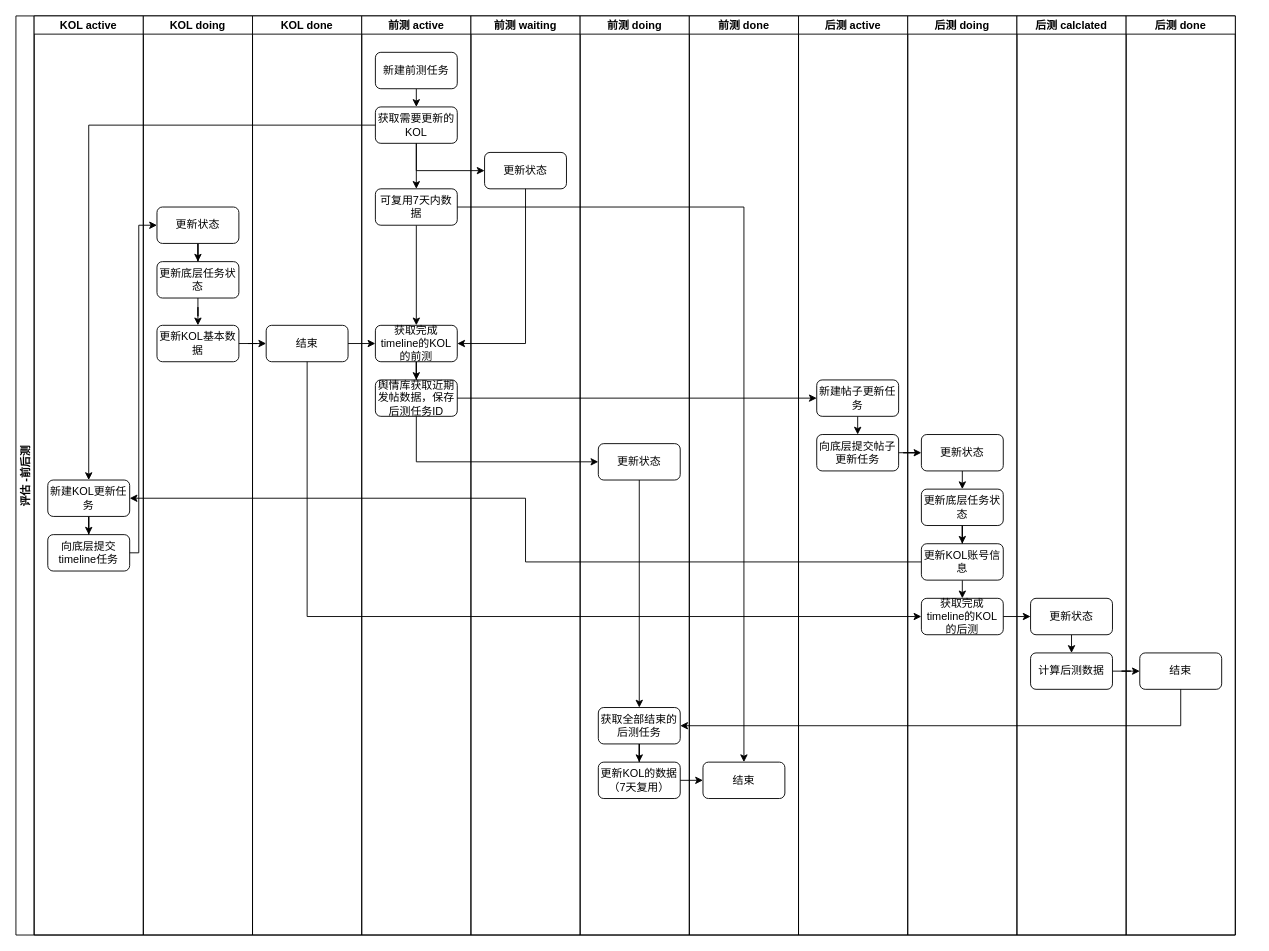
Before: file/前后测泳道图.drawio in LLwill/drow.io, a draw.io diagram. Source tidied: cells renumbered, new cells numbered last; positions are measured from the earlier drawing's top-left corner, leaving out a move shared by most shapes. Both pictures are drawn from the tidied source at 91%, with x=0, y=0 at pixel (15, 15).
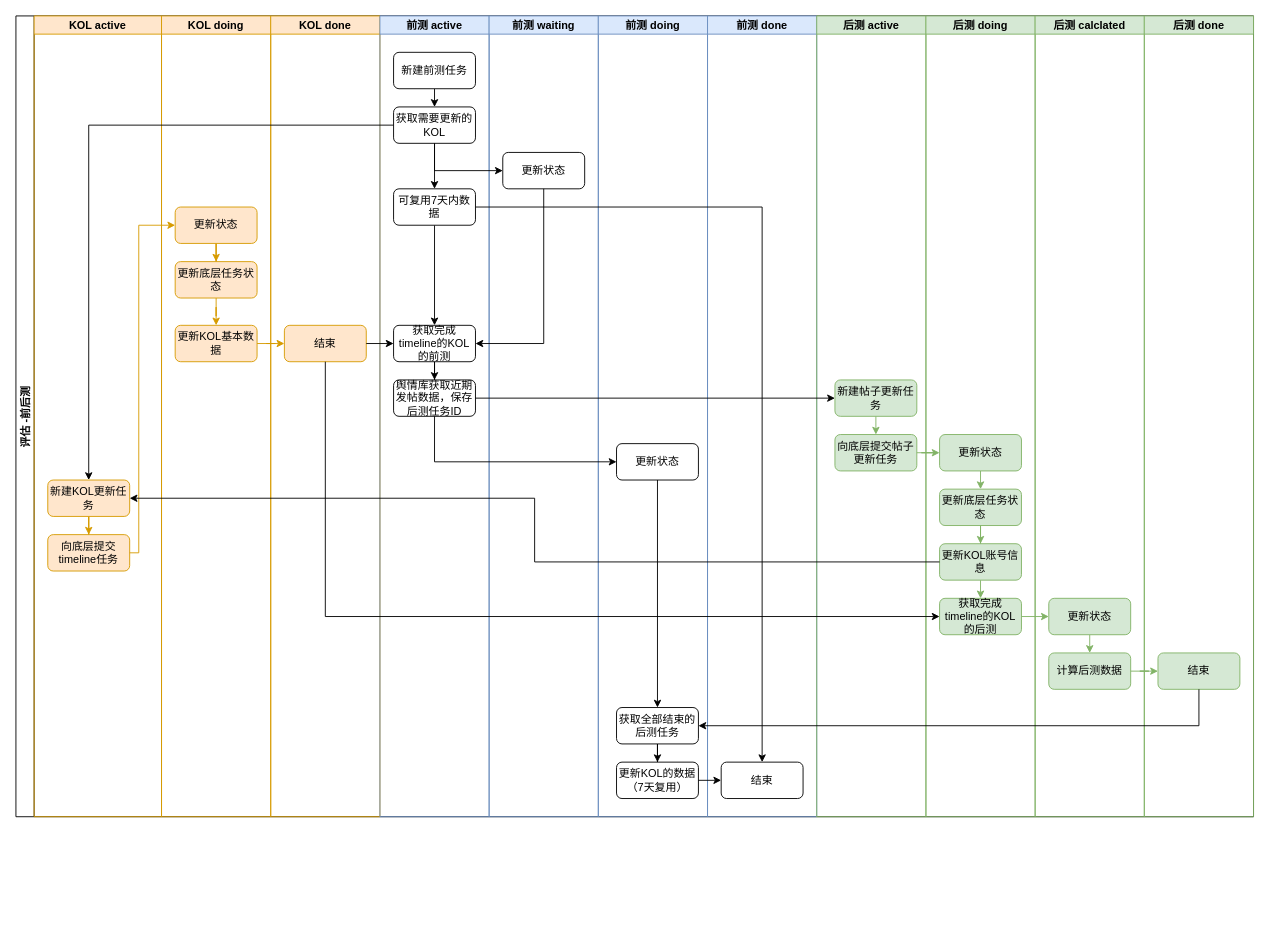
After the change.

Commit message (it also covers changes not shown here):
更新前后测泳道图.drawio

Diff of the diagram source:
```diff
@@
     <mxCell id="2" value="评估 -前后测" style="swimlane;startSize=20;horizontal=0;" parent="1" vertex="1">
-      <mxGeometry width="1340" height="1010" as="geometry" />
+      <mxGeometry width="1360" height="880" as="geometry" />
     </mxCell>
-    <mxCell id="3" value="KOL active" style="swimlane;startSize=20;" parent="2" vertex="1">
-      <mxGeometry x="20" width="120" height="1010" as="geometry" />
+    <mxCell id="3" value="KOL active" style="swimlane;startSize=20;fillColor=#ffe6cc;strokeColor=#d79b00;" parent="2" vertex="1">
+      <mxGeometry x="20" width="140" height="880" as="geometry" />
     </mxCell>
-    <mxCell id="4" style="edgeStyle=orthogonalEdgeStyle;rounded=0;jettySize=auto;html=1;exitX=0.5;exitY=1;exitDx=0;exitDy=0;" parent="3" edge="1" source="5" target="6">
+    <mxCell id="4" style="edgeStyle=orthogonalEdgeStyle;rounded=0;jettySize=auto;html=1;exitX=0.5;exitY=1;exitDx=0;exitDy=0;fillColor=#ffe6cc;strokeColor=#d79b00;" parent="3" edge="1" source="5" target="6">
       <mxGeometry relative="1" as="geometry" />
     </mxCell>
-    <mxCell id="5" value="新建KOL更新任务" style="rounded=1;whiteSpace=wrap;html=1;" parent="3" vertex="1">
+    <mxCell id="5" value="新建KOL更新任务" style="rounded=1;whiteSpace=wrap;html=1;fillColor=#ffe6cc;strokeColor=#d79b00;" parent="3" vertex="1">
       <mxGeometry x="15" y="510" width="90" height="40" as="geometry" />
     </mxCell>
-    <mxCell id="6" value="向底层提交timeline任务" style="rounded=1;whiteSpace=wrap;html=1;" parent="3" vertex="1">
+    <mxCell id="6" value="向底层提交timeline任务" style="rounded=1;whiteSpace=wrap;html=1;fillColor=#ffe6cc;strokeColor=#d79b00;" parent="3" vertex="1">
       <mxGeometry x="15" y="570" width="90" height="40" as="geometry" />
     </mxCell>
-    <mxCell id="7" value="KOL doing" style="swimlane;startSize=20;" parent="2" vertex="1">
-      <mxGeometry x="140" width="120" height="1010" as="geometry" />
+    <mxCell id="7" value="KOL doing" style="swimlane;startSize=20;fillColor=#ffe6cc;strokeColor=#d79b00;" parent="2" vertex="1">
+      <mxGeometry x="160" width="120" height="880" as="geometry" />
     </mxCell>
-    <mxCell id="8" style="edgeStyle=orthogonalEdgeStyle;rounded=0;jettySize=auto;html=1;exitX=0.5;exitY=1;exitDx=0;exitDy=0;" parent="7" edge="1" source="9" target="11">
+    <mxCell id="8" style="edgeStyle=orthogonalEdgeStyle;rounded=0;jettySize=auto;html=1;exitX=0.5;exitY=1;exitDx=0;exitDy=0;fillColor=#ffe6cc;strokeColor=#d79b00;" parent="7" edge="1" source="9" target="11">
       <mxGeometry relative="1" as="geometry" />
     </mxCell>
-    <mxCell id="9" value="更新状态" style="rounded=1;whiteSpace=wrap;html=1;" parent="7" vertex="1">
+    <mxCell id="9" value="更新状态" style="rounded=1;whiteSpace=wrap;html=1;fillColor=#ffe6cc;strokeColor=#d79b00;" parent="7" vertex="1">
       <mxGeometry x="15" y="210" width="90" height="40" as="geometry" />
     </mxCell>
-    <mxCell id="10" style="edgeStyle=orthogonalEdgeStyle;rounded=0;jettySize=auto;html=1;exitX=0.5;exitY=1;exitDx=0;exitDy=0;" parent="7" edge="1" source="11" target="12">
+    <mxCell id="10" style="edgeStyle=orthogonalEdgeStyle;rounded=0;jettySize=auto;html=1;exitX=0.5;exitY=1;exitDx=0;exitDy=0;fillColor=#ffe6cc;strokeColor=#d79b00;" parent="7" edge="1" source="11" target="12">
       <mxGeometry relative="1" as="geometry" />
     </mxCell>
-    <mxCell id="11" value="更新底层任务状态" style="rounded=1;whiteSpace=wrap;html=1;" parent="7" vertex="1">
+    <mxCell id="11" value="更新底层任务状态" style="rounded=1;whiteSpace=wrap;html=1;fillColor=#ffe6cc;strokeColor=#d79b00;" parent="7" vertex="1">
       <mxGeometry x="15" y="270" width="90" height="40" as="geometry" />
     </mxCell>
-    <mxCell id="12" value="更新KOL基本数据" style="rounded=1;whiteSpace=wrap;html=1;" parent="7" vertex="1">
+    <mxCell id="12" value="更新KOL基本数据" style="rounded=1;whiteSpace=wrap;html=1;fillColor=#ffe6cc;strokeColor=#d79b00;" parent="7" vertex="1">
       <mxGeometry x="15" y="340" width="90" height="40" as="geometry" />
     </mxCell>
-    <mxCell id="13" value="KOL done" style="swimlane;startSize=20;" parent="2" vertex="1">
-      <mxGeometry x="260" width="120" height="1010" as="geometry" />
+    <mxCell id="13" value="KOL done" style="swimlane;startSize=20;fillColor=#ffe6cc;strokeColor=#d79b00;" parent="2" vertex="1">
+      <mxGeometry x="280" width="120" height="880" as="geometry" />
     </mxCell>
-    <mxCell id="14" value="结束" style="rounded=1;whiteSpace=wrap;html=1;" parent="13" vertex="1">
+    <mxCell id="14" value="结束" style="rounded=1;whiteSpace=wrap;html=1;fillColor=#ffe6cc;strokeColor=#d79b00;" parent="13" vertex="1">
       <mxGeometry x="15" y="340" width="90" height="40" as="geometry" />
     </mxCell>
-    <mxCell id="15" value="前测 active" style="swimlane;startSize=20;" parent="2" vertex="1">
-      <mxGeometry x="380" width="120" height="1010" as="geometry" />
+    <mxCell id="15" value="前测 active" style="swimlane;startSize=20;fillColor=#dae8fc;strokeColor=#6c8ebf;" parent="2" vertex="1">
+      <mxGeometry x="400" width="120" height="880" as="geometry" />
     </mxCell>
@@
-    <mxCell id="25" value="前测 waiting" style="swimlane;startSize=20;" parent="2" vertex="1">
-      <mxGeometry x="500" width="120" height="1010" as="geometry" />
+    <mxCell id="25" value="前测 waiting" style="swimlane;startSize=20;fillColor=#dae8fc;strokeColor=#6c8ebf;" parent="2" vertex="1">
+      <mxGeometry x="520" width="120" height="880" as="geometry" />
     </mxCell>
@@
-    <mxCell id="27" value="前测 doing" style="swimlane;startSize=20;" parent="2" vertex="1">
-      <mxGeometry x="620" width="120" height="1010" as="geometry" />
+    <mxCell id="27" value="前测 doing" style="swimlane;startSize=20;fillColor=#dae8fc;strokeColor=#6c8ebf;" parent="2" vertex="1">
+      <mxGeometry x="640" width="120" height="880" as="geometry" />
     </mxCell>
@@
-    <mxCell id="33" value="前测 done" style="swimlane;startSize=20;" parent="2" vertex="1">
-      <mxGeometry x="740" width="120" height="1010" as="geometry" />
+    <mxCell id="33" value="前测 done" style="swimlane;startSize=20;fillColor=#dae8fc;strokeColor=#6c8ebf;" parent="2" vertex="1">
+      <mxGeometry x="760" width="120" height="880" as="geometry" />
     </mxCell>
@@
-    <mxCell id="35" value="后测 active" style="swimlane;startSize=20;" parent="2" vertex="1">
-      <mxGeometry x="860" width="120" height="1010" as="geometry" />
+    <mxCell id="35" value="后测 active" style="swimlane;startSize=20;fillColor=#d5e8d4;strokeColor=#82b366;" parent="2" vertex="1">
+      <mxGeometry x="880" width="120" height="880" as="geometry" />
     </mxCell>
-    <mxCell id="36" style="edgeStyle=orthogonalEdgeStyle;rounded=0;jettySize=auto;html=1;exitX=0.5;exitY=1;exitDx=0;exitDy=0;entryX=0.5;entryY=0;entryDx=0;entryDy=0;" parent="35" edge="1" source="37" target="38">
+    <mxCell id="36" style="edgeStyle=orthogonalEdgeStyle;rounded=0;jettySize=auto;html=1;exitX=0.5;exitY=1;exitDx=0;exitDy=0;entryX=0.5;entryY=0;entryDx=0;entryDy=0;fillColor=#d5e8d4;strokeColor=#82b366;" parent="35" edge="1" source="37" target="38">
       <mxGeometry relative="1" as="geometry" />
     </mxCell>
-    <mxCell id="37" value="新建帖子更新任务" style="rounded=1;whiteSpace=wrap;html=1;" parent="35" vertex="1">
+    <mxCell id="37" value="新建帖子更新任务" style="rounded=1;whiteSpace=wrap;html=1;fillColor=#d5e8d4;strokeColor=#82b366;" parent="35" vertex="1">
       <mxGeometry x="20" y="400" width="90" height="40" as="geometry" />
     </mxCell>
-    <mxCell id="38" value="向底层提交帖子更新任务" style="rounded=1;whiteSpace=wrap;html=1;" parent="35" vertex="1">
+    <mxCell id="38" value="向底层提交帖子更新任务" style="rounded=1;whiteSpace=wrap;html=1;fillColor=#d5e8d4;strokeColor=#82b366;" parent="35" vertex="1">
       <mxGeometry x="20" y="460" width="90" height="40" as="geometry" />
     </mxCell>
-    <mxCell id="39" value="后测 doing" style="swimlane;startSize=20;" parent="2" vertex="1">
-      <mxGeometry x="980" width="120" height="1010" as="geometry" />
+    <mxCell id="39" value="后测 doing" style="swimlane;startSize=20;fillColor=#d5e8d4;strokeColor=#82b366;" parent="2" vertex="1">
+      <mxGeometry x="1000" width="120" height="880" as="geometry" />
     </mxCell>
-    <mxCell id="40" style="edgeStyle=orthogonalEdgeStyle;rounded=0;jettySize=auto;html=1;exitX=0.5;exitY=1;exitDx=0;exitDy=0;entryX=0.5;entryY=0;entryDx=0;entryDy=0;" parent="39" edge="1" source="41" target="43">
+    <mxCell id="40" style="edgeStyle=orthogonalEdgeStyle;rounded=0;jettySize=auto;html=1;exitX=0.5;exitY=1;exitDx=0;exitDy=0;entryX=0.5;entryY=0;entryDx=0;entryDy=0;fillColor=#d5e8d4;strokeColor=#82b366;" parent="39" edge="1" source="41" target="43">
       <mxGeometry relative="1" as="geometry" />
     </mxCell>
-    <mxCell id="41" value="更新状态" style="rounded=1;whiteSpace=wrap;html=1;" parent="39" vertex="1">
+    <mxCell id="41" value="更新状态" style="rounded=1;whiteSpace=wrap;html=1;fillColor=#d5e8d4;strokeColor=#82b366;" parent="39" vertex="1">
       <mxGeometry x="15" y="460" width="90" height="40" as="geometry" />
     </mxCell>
-    <mxCell id="42" style="edgeStyle=orthogonalEdgeStyle;rounded=0;jettySize=auto;html=1;exitX=0.5;exitY=1;exitDx=0;exitDy=0;" parent="39" edge="1" source="43" target="45">
+    <mxCell id="42" style="edgeStyle=orthogonalEdgeStyle;rounded=0;jettySize=auto;html=1;exitX=0.5;exitY=1;exitDx=0;exitDy=0;fillColor=#d5e8d4;strokeColor=#82b366;" parent="39" edge="1" source="43" target="45">
       <mxGeometry relative="1" as="geometry" />
     </mxCell>
-    <mxCell id="43" value="更新底层任务状态" style="rounded=1;whiteSpace=wrap;html=1;" parent="39" vertex="1">
+    <mxCell id="43" value="更新底层任务状态" style="rounded=1;whiteSpace=wrap;html=1;fillColor=#d5e8d4;strokeColor=#82b366;" parent="39" vertex="1">
       <mxGeometry x="15" y="520" width="90" height="40" as="geometry" />
     </mxCell>
-    <mxCell id="44" style="edgeStyle=orthogonalEdgeStyle;rounded=0;jettySize=auto;html=1;exitX=0.5;exitY=1;exitDx=0;exitDy=0;entryX=0.5;entryY=0;entryDx=0;entryDy=0;" parent="39" edge="1" source="45" target="46">
+    <mxCell id="44" style="edgeStyle=orthogonalEdgeStyle;rounded=0;jettySize=auto;html=1;exitX=0.5;exitY=1;exitDx=0;exitDy=0;entryX=0.5;entryY=0;entryDx=0;entryDy=0;fillColor=#d5e8d4;strokeColor=#82b366;" parent="39" edge="1" source="45" target="46">
       <mxGeometry relative="1" as="geometry" />
     </mxCell>
-    <mxCell id="45" value="更新KOL账号信息" style="rounded=1;whiteSpace=wrap;html=1;" parent="39" vertex="1">
+    <mxCell id="45" value="更新KOL账号信息" style="rounded=1;whiteSpace=wrap;html=1;fillColor=#d5e8d4;strokeColor=#82b366;" parent="39" vertex="1">
       <mxGeometry x="15" y="580" width="90" height="40" as="geometry" />
     </mxCell>
-    <mxCell id="46" value="获取完成timeline的KOL的后测" style="rounded=1;whiteSpace=wrap;html=1;" parent="39" vertex="1">
+    <mxCell id="46" value="获取完成timeline的KOL的后测" style="rounded=1;whiteSpace=wrap;html=1;fillColor=#d5e8d4;strokeColor=#82b366;" parent="39" vertex="1">
       <mxGeometry x="15" y="640" width="90" height="40" as="geometry" />
     </mxCell>
-    <mxCell id="47" value="后测 calclated" style="swimlane;startSize=20;" parent="2" vertex="1">
-      <mxGeometry x="1100" width="120" height="1010" as="geometry" />
+    <mxCell id="47" value="后测 calclated" style="swimlane;startSize=20;fillColor=#d5e8d4;strokeColor=#82b366;" parent="2" vertex="1">
+      <mxGeometry x="1120" width="120" height="880" as="geometry" />
     </mxCell>
-    <mxCell id="48" style="edgeStyle=orthogonalEdgeStyle;rounded=0;jettySize=auto;html=1;exitX=0.5;exitY=1;exitDx=0;exitDy=0;entryX=0.5;entryY=0;entryDx=0;entryDy=0;" parent="47" edge="1" source="49" target="50">
+    <mxCell id="48" style="edgeStyle=orthogonalEdgeStyle;rounded=0;jettySize=auto;html=1;exitX=0.5;exitY=1;exitDx=0;exitDy=0;entryX=0.5;entryY=0;entryDx=0;entryDy=0;fillColor=#d5e8d4;strokeColor=#82b366;" parent="47" edge="1" source="49" target="50">
       <mxGeometry relative="1" as="geometry" />
     </mxCell>
-    <mxCell id="49" value="更新状态" style="rounded=1;whiteSpace=wrap;html=1;" parent="47" vertex="1">
+    <mxCell id="49" value="更新状态" style="rounded=1;whiteSpace=wrap;html=1;fillColor=#d5e8d4;strokeColor=#82b366;" parent="47" vertex="1">
       <mxGeometry x="15" y="640" width="90" height="40" as="geometry" />
     </mxCell>
-    <mxCell id="50" value="计算后测数据" style="rounded=1;whiteSpace=wrap;html=1;" parent="47" vertex="1">
+    <mxCell id="50" value="计算后测数据" style="rounded=1;whiteSpace=wrap;html=1;fillColor=#d5e8d4;strokeColor=#82b366;" parent="47" vertex="1">
       <mxGeometry x="15" y="700" width="90" height="40" as="geometry" />
     </mxCell>
-    <mxCell id="51" value="后测 done" style="swimlane;startSize=20;" parent="2" vertex="1">
-      <mxGeometry x="1220" width="120" height="1010" as="geometry" />
+    <mxCell id="51" value="后测 done" style="swimlane;startSize=20;fillColor=#d5e8d4;strokeColor=#82b366;" parent="2" vertex="1">
+      <mxGeometry x="1240" width="120" height="880" as="geometry" />
     </mxCell>
-    <mxCell id="52" value="结束" style="rounded=1;whiteSpace=wrap;html=1;" parent="51" vertex="1">
+    <mxCell id="52" value="结束" style="rounded=1;whiteSpace=wrap;html=1;fillColor=#d5e8d4;strokeColor=#82b366;" parent="51" vertex="1">
       <mxGeometry x="15" y="700" width="90" height="40" as="geometry" />
     </mxCell>
@@
-    <mxCell id="57" style="edgeStyle=orthogonalEdgeStyle;rounded=0;jettySize=auto;html=1;exitX=1;exitY=0.5;exitDx=0;exitDy=0;entryX=0;entryY=0.5;entryDx=0;entryDy=0;" parent="2" edge="1" source="6" target="9">
+    <mxCell id="57" style="edgeStyle=orthogonalEdgeStyle;rounded=0;jettySize=auto;html=1;exitX=1;exitY=0.5;exitDx=0;exitDy=0;entryX=0;entryY=0.5;entryDx=0;entryDy=0;fillColor=#ffe6cc;strokeColor=#d79b00;" parent="2" edge="1" source="6" target="9">
       <mxGeometry relative="1" as="geometry">
         <Array as="points">
           <mxPoint x="135" y="590" />
           <mxPoint x="135" y="230" />
         </Array>
       </mxGeometry>
     </mxCell>
-    <mxCell id="58" style="edgeStyle=orthogonalEdgeStyle;rounded=0;jettySize=auto;html=1;exitX=1;exitY=0.5;exitDx=0;exitDy=0;" parent="2" edge="1" source="12" target="14">
+    <mxCell id="58" style="edgeStyle=orthogonalEdgeStyle;rounded=0;jettySize=auto;html=1;exitX=1;exitY=0.5;exitDx=0;exitDy=0;fillColor=#ffe6cc;strokeColor=#d79b00;" parent="2" edge="1" source="12" target="14">
       <mxGeometry relative="1" as="geometry" />
     </mxCell>
@@
-    <mxCell id="62" style="edgeStyle=orthogonalEdgeStyle;rounded=0;jettySize=auto;html=1;exitX=1;exitY=0.5;exitDx=0;exitDy=0;" parent="2" edge="1" source="38" target="41">
+    <mxCell id="62" style="edgeStyle=orthogonalEdgeStyle;rounded=0;jettySize=auto;html=1;exitX=1;exitY=0.5;exitDx=0;exitDy=0;fillColor=#d5e8d4;strokeColor=#82b366;" parent="2" edge="1" source="38" target="41">
       <mxGeometry relative="1" as="geometry" />
     </mxCell>
@@
-    <mxCell id="65" style="edgeStyle=orthogonalEdgeStyle;rounded=0;jettySize=auto;html=1;exitX=1;exitY=0.5;exitDx=0;exitDy=0;entryX=0;entryY=0.5;entryDx=0;entryDy=0;" parent="2" edge="1" source="46" target="49">
+    <mxCell id="65" style="edgeStyle=orthogonalEdgeStyle;rounded=0;jettySize=auto;html=1;exitX=1;exitY=0.5;exitDx=0;exitDy=0;entryX=0;entryY=0.5;entryDx=0;entryDy=0;fillColor=#d5e8d4;strokeColor=#82b366;" parent="2" edge="1" source="46" target="49">
       <mxGeometry relative="1" as="geometry" />
     </mxCell>
-    <mxCell id="66" style="edgeStyle=orthogonalEdgeStyle;rounded=0;jettySize=auto;html=1;exitX=1;exitY=0.5;exitDx=0;exitDy=0;" parent="2" edge="1" source="50" target="52">
+    <mxCell id="66" style="edgeStyle=orthogonalEdgeStyle;rounded=0;jettySize=auto;html=1;exitX=1;exitY=0.5;exitDx=0;exitDy=0;fillColor=#d5e8d4;strokeColor=#82b366;" parent="2" edge="1" source="50" target="52">
       <mxGeometry relative="1" as="geometry" />
     </mxCell>
```
